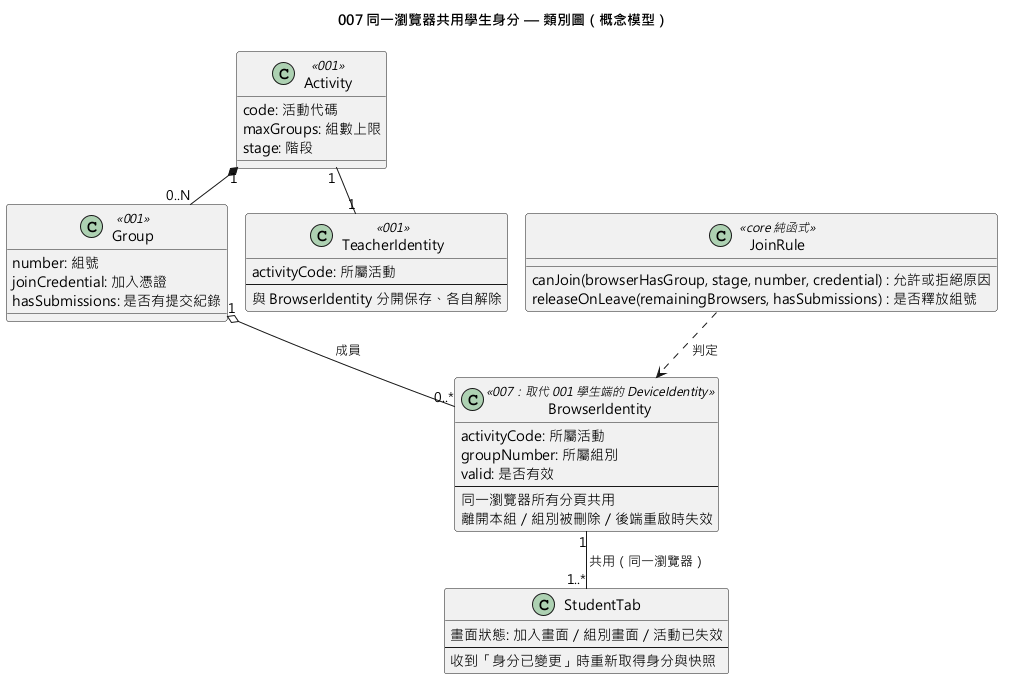
Before: diagrams/007-browser-identity-sync-class.png, a diagram exported from PlantUML (EricC430/lecture-answer-first_group16_speckit).
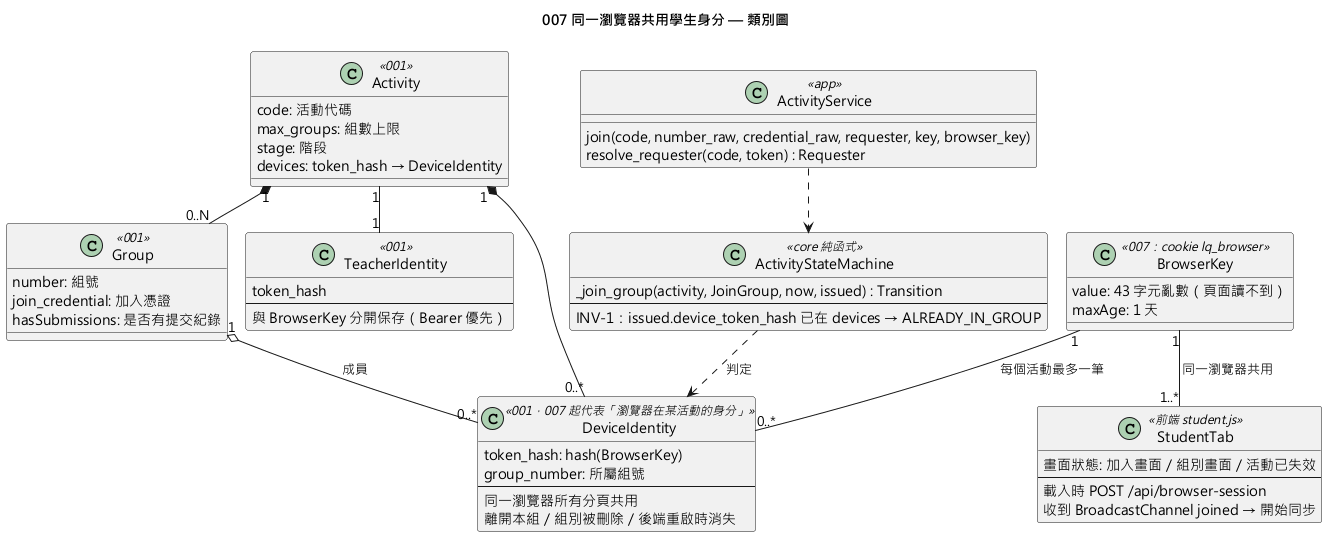
The same file after the commit.

The edit, as a diff of the source:
```diff
@@ -1,49 +1,64 @@
 @startuml 007-browser-identity-sync-class
 !pragma layout smetana
 skinparam defaultFontName "Microsoft JhengHei"
-title 007 同一瀏覽器共用學生身分 — 類別圖（概念模型）
+title 007 同一瀏覽器共用學生身分 — 類別圖
 
 class Activity <<001>> {
   code: 活動代碼
-  maxGroups: 組數上限
+  max_groups: 組數上限
   stage: 階段
+  devices: token_hash → DeviceIdentity
 }
 
 class Group <<001>> {
   number: 組號
-  joinCredential: 加入憑證
+  join_credential: 加入憑證
   hasSubmissions: 是否有提交紀錄
 }
 
-class BrowserIdentity <<007：取代 001 學生端的 DeviceIdentity>> {
-  activityCode: 所屬活動
-  groupNumber: 所屬組別
-  valid: 是否有效
+class BrowserKey <<007：cookie lq_browser>> {
+  value: 43 字元亂數（頁面讀不到）
+  maxAge: 1 天
+}
+
+class DeviceIdentity <<001，007 起代表「瀏覽器在某活動的身分」>> {
+  token_hash: hash(BrowserKey)
+  group_number: 所屬組號
   --
   同一瀏覽器所有分頁共用
-  離開本組／組別被刪除／後端重啟時失效
+  離開本組／組別被刪除／後端重啟時消失
 }
 
 class TeacherIdentity <<001>> {
-  activityCode: 所屬活動
+  token_hash
   --
-  與 BrowserIdentity 分開保存、各自解除
+  與 BrowserKey 分開保存（Bearer 優先）
 }
 
-class StudentTab {
+class ActivityStateMachine <<core 純函式>> {
+  _join_group(activity, JoinGroup, now, issued) : Transition
+  --
+  INV-1：issued.device_token_hash 已在 devices → ALREADY_IN_GROUP
+}
+
+class ActivityService <<app>> {
+  join(code, number_raw, credential_raw, requester, key, browser_key)
+  resolve_requester(code, token) : Requester
+}
+
+class StudentTab <<前端 student.js>> {
   畫面狀態: 加入畫面／組別畫面／活動已失效
   --
-  收到「身分已變更」時重新取得身分與快照
-}
-
-class JoinRule <<core 純函式>> {
-  canJoin(browserHasGroup, stage, number, credential) : 允許或拒絕原因
-  releaseOnLeave(remainingBrowsers, hasSubmissions) : 是否釋放組號
+  載入時 POST /api/browser-session
+  收到 BroadcastChannel joined → 開始同步
 }
 
 Activity "1" *-- "0..N" Group
-Group "1" o-- "0..*" BrowserIdentity : 成員
+Activity "1" *-- "0..*" DeviceIdentity
+Group "1" o-- "0..*" DeviceIdentity : 成員
 Activity "1" -- "1" TeacherIdentity
-BrowserIdentity "1" -- "1..*" StudentTab : 共用（同一瀏覽器）
-JoinRule ..> BrowserIdentity : 判定
+BrowserKey "1" -- "0..*" DeviceIdentity : 每個活動最多一筆
+BrowserKey "1" -- "1..*" StudentTab : 同一瀏覽器共用
+ActivityService ..> ActivityStateMachine
+ActivityStateMachine ..> DeviceIdentity : 判定
 @enduml
```
